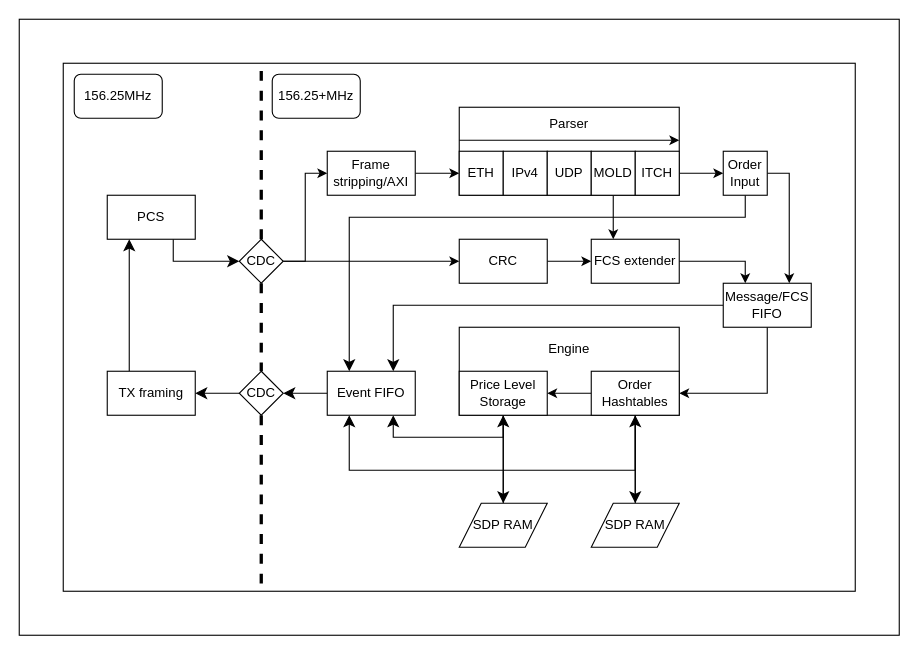
YummyDog/FPGA_Orderbook keeps this draw.io diagram as orderbookdiagram.drawio. Above is the earlier version. Source tidied: cells renumbered, new cells numbered last; positions are measured from the earlier drawing's top-left corner, leaving out a move shared by most shapes. Both pictures are drawn from the tidied source at 110%, with x=0, y=0 at pixel (19, 19).
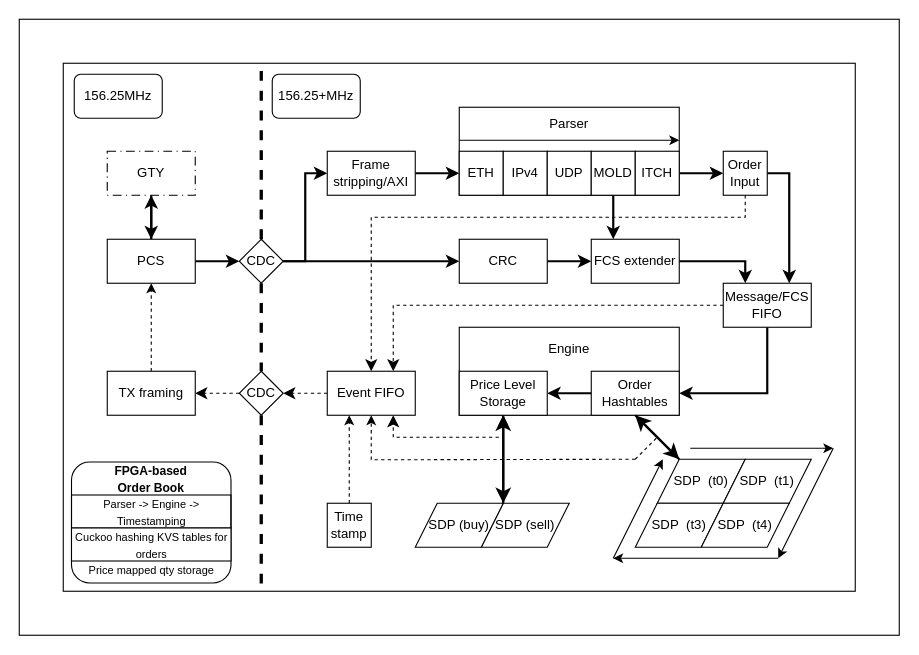
Above is the later version.

Unchanged cells that the change refers to:
```xml
<mxCell id="7" value="CRC" style="rounded=0;whiteSpace=wrap;html=1;" parent="1" vertex="1">
  <mxGeometry x="400" y="200" width="80" height="40" as="geometry" />
</mxCell>
<mxCell id="9" value="Frame stripping/AXI" style="rounded=0;whiteSpace=wrap;html=1;" parent="1" vertex="1">
  <mxGeometry x="280" y="120" width="80" height="40" as="geometry" />
</mxCell>
<mxCell id="10" value="ETH" style="whiteSpace=wrap;html=1;" parent="1" vertex="1">
  <mxGeometry x="400" y="120" width="40" height="40" as="geometry" />
</mxCell>
<mxCell id="14" value="MOLD" style="whiteSpace=wrap;html=1;" parent="1" vertex="1">
  <mxGeometry x="520" y="120" width="40" height="40" as="geometry" />
</mxCell>
<mxCell id="16" value="ITCH" style="whiteSpace=wrap;html=1;" parent="1" vertex="1">
  <mxGeometry x="560" y="120" width="40" height="40" as="geometry" />
</mxCell>
<mxCell id="19" value="Message/FCS FIFO" style="rounded=0;whiteSpace=wrap;html=1;" parent="1" vertex="1">
  <mxGeometry x="640" y="240" width="80" height="40" as="geometry" />
</mxCell>
<mxCell id="22" value="Order&lt;div&gt;Input&lt;/div&gt;" style="whiteSpace=wrap;html=1;" parent="1" vertex="1">
  <mxGeometry x="640" y="120" width="40" height="40" as="geometry" />
</mxCell>
<mxCell id="27" value="CDC" style="rhombus;whiteSpace=wrap;html=1;shapeInside=1;" parent="1" vertex="1">
  <mxGeometry x="200" y="200" width="40" height="40" as="geometry" />
</mxCell>
<mxCell id="29" value="FCS extender" style="rounded=0;whiteSpace=wrap;html=1;" parent="1" vertex="1">
  <mxGeometry x="520" y="200" width="80" height="40" as="geometry" />
</mxCell>
<mxCell id="32" value="Order Hashtables" style="rounded=0;whiteSpace=wrap;html=1;" parent="1" vertex="1">
  <mxGeometry x="520" y="320" width="80" height="40" as="geometry" />
</mxCell>
<mxCell id="35" value="Price Level Storage" style="rounded=0;whiteSpace=wrap;html=1;" parent="1" vertex="1">
  <mxGeometry x="400" y="320" width="80" height="40" as="geometry" />
</mxCell>
<mxCell id="40" value="TX framing" style="rounded=0;whiteSpace=wrap;html=1;" parent="1" vertex="1">
  <mxGeometry x="80" y="320" width="80" height="40" as="geometry" />
</mxCell>
<mxCell id="43" value="CDC" style="rhombus;whiteSpace=wrap;html=1;shapeInside=1;" parent="1" vertex="1">
  <mxGeometry x="200" y="320" width="40" height="40" as="geometry" />
</mxCell>
<mxCell id="51" value="Event FIFO" style="rounded=0;whiteSpace=wrap;html=1;" parent="1" vertex="1">
  <mxGeometry x="280" y="320" width="80" height="40" as="geometry" />
</mxCell>
```

Diff of the diagram source:
```diff
@@
-    <mxCell id="6" style="edgeStyle=orthogonalEdgeStyle;rounded=0;jettySize=auto;html=1;exitX=1;exitY=0.5;exitDx=0;exitDy=0;entryX=0;entryY=0.5;entryDx=0;entryDy=0;" parent="1" edge="1" source="7" target="29">
+    <mxCell id="6" style="edgeStyle=orthogonalEdgeStyle;rounded=0;jettySize=auto;html=1;exitX=1;exitY=0.5;exitDx=0;exitDy=0;entryX=0;entryY=0.5;entryDx=0;entryDy=0;strokeWidth=2;" parent="1" edge="1" source="7" target="29">
       <mxGeometry relative="1" as="geometry" />
     </mxCell>
@@
-    <mxCell id="8" style="edgeStyle=orthogonalEdgeStyle;rounded=0;jettySize=auto;html=1;exitX=1;exitY=0.5;exitDx=0;exitDy=0;entryX=0;entryY=0.5;entryDx=0;entryDy=0;" parent="1" edge="1" source="9" target="10">
+    <mxCell id="8" style="edgeStyle=orthogonalEdgeStyle;rounded=0;jettySize=auto;html=1;exitX=1;exitY=0.5;exitDx=0;exitDy=0;entryX=0;entryY=0.5;entryDx=0;entryDy=0;strokeWidth=2;" parent="1" edge="1" source="9" target="10">
       <mxGeometry relative="1" as="geometry" />
     </mxCell>
@@
-    <mxCell id="13" style="edgeStyle=orthogonalEdgeStyle;rounded=0;jettySize=auto;html=1;exitX=0.5;exitY=1;exitDx=0;exitDy=0;entryX=0.25;entryY=0;entryDx=0;entryDy=0;" parent="1" edge="1" source="14" target="29">
+    <mxCell id="13" style="edgeStyle=orthogonalEdgeStyle;rounded=0;jettySize=auto;html=1;exitX=0.5;exitY=1;exitDx=0;exitDy=0;entryX=0.25;entryY=0;entryDx=0;entryDy=0;strokeWidth=2;" parent="1" edge="1" source="14" target="29">
       <mxGeometry relative="1" as="geometry" />
     </mxCell>
@@
-    <mxCell id="15" style="edgeStyle=orthogonalEdgeStyle;rounded=0;jettySize=auto;html=1;exitX=1;exitY=0.5;exitDx=0;exitDy=0;entryX=0;entryY=0.5;entryDx=0;entryDy=0;" parent="1" edge="1" source="16" target="22">
+    <mxCell id="15" style="edgeStyle=orthogonalEdgeStyle;rounded=0;jettySize=auto;html=1;exitX=1;exitY=0.5;exitDx=0;exitDy=0;entryX=0;entryY=0.5;entryDx=0;entryDy=0;strokeWidth=2;" parent="1" edge="1" source="16" target="22">
       <mxGeometry relative="1" as="geometry" />
     </mxCell>
@@
-    <mxCell id="17" style="edgeStyle=orthogonalEdgeStyle;rounded=0;jettySize=auto;html=1;exitX=0.5;exitY=1;exitDx=0;exitDy=0;entryX=1;entryY=0.5;entryDx=0;entryDy=0;" parent="1" edge="1" source="19" target="32">
+    <mxCell id="17" style="edgeStyle=orthogonalEdgeStyle;rounded=0;jettySize=auto;html=1;exitX=0.5;exitY=1;exitDx=0;exitDy=0;entryX=1;entryY=0.5;entryDx=0;entryDy=0;strokeWidth=2;" parent="1" edge="1" source="19" target="32">
       <mxGeometry relative="1" as="geometry" />
     </mxCell>
-    <mxCell id="18" style="edgeStyle=orthogonalEdgeStyle;rounded=0;jettySize=auto;html=1;exitX=0;exitY=0.5;exitDx=0;exitDy=0;entryX=0.75;entryY=0;entryDx=0;entryDy=0;fontSize=12;startSize=8;endSize=8;" parent="1" edge="1" source="19" target="51">
+    <mxCell id="18" style="edgeStyle=orthogonalEdgeStyle;rounded=0;jettySize=auto;html=1;exitX=0;exitY=0.5;exitDx=0;exitDy=0;entryX=0.75;entryY=0;entryDx=0;entryDy=0;fontSize=12;startSize=8;endSize=8;dashed=1;" parent="1" edge="1" source="19" target="51">
       <mxGeometry relative="1" as="geometry" />
     </mxCell>
@@
-    <mxCell id="20" style="edgeStyle=orthogonalEdgeStyle;rounded=0;jettySize=auto;html=1;exitX=1;exitY=0.5;exitDx=0;exitDy=0;entryX=0.75;entryY=0;entryDx=0;entryDy=0;" parent="1" edge="1" source="22" target="19">
+    <mxCell id="20" style="edgeStyle=orthogonalEdgeStyle;rounded=0;jettySize=auto;html=1;exitX=1;exitY=0.5;exitDx=0;exitDy=0;entryX=0.75;entryY=0;entryDx=0;entryDy=0;strokeWidth=2;" parent="1" edge="1" source="22" target="19">
       <mxGeometry relative="1" as="geometry" />
     </mxCell>
-    <mxCell id="21" style="edgeStyle=orthogonalEdgeStyle;rounded=0;jettySize=auto;html=1;exitX=0.5;exitY=1;exitDx=0;exitDy=0;entryX=0.25;entryY=0;entryDx=0;entryDy=0;fontSize=12;startSize=8;endSize=8;" parent="1" edge="1" source="22" target="51">
+    <mxCell id="21" style="edgeStyle=orthogonalEdgeStyle;rounded=0;jettySize=auto;html=1;exitX=0.5;exitY=1;exitDx=0;exitDy=0;entryX=0.5;entryY=0;entryDx=0;entryDy=0;fontSize=12;startSize=8;endSize=8;dashed=1;" parent="1" edge="1" source="22" target="51">
       <mxGeometry relative="1" as="geometry">
         <Array as="points">
           <mxPoint x="660" y="180" />
-          <mxPoint x="300" y="180" />
+          <mxPoint x="320" y="180" />
         </Array>
       </mxGeometry>
     </mxCell>
@@
-    <mxCell id="23" style="edgeStyle=orthogonalEdgeStyle;rounded=0;jettySize=auto;html=1;exitX=1;exitY=0.5;exitDx=0;exitDy=0;entryX=0;entryY=0.5;entryDx=0;entryDy=0;" parent="1" edge="1" source="27" target="9">
+    <mxCell id="23" style="edgeStyle=orthogonalEdgeStyle;rounded=0;jettySize=auto;html=1;exitX=1;exitY=0.5;exitDx=0;exitDy=0;entryX=0;entryY=0.5;entryDx=0;entryDy=0;strokeWidth=2;" parent="1" edge="1" source="27" target="9">
       <mxGeometry relative="1" as="geometry" />
     </mxCell>
@@
-    <mxCell id="26" style="edgeStyle=orthogonalEdgeStyle;rounded=0;jettySize=auto;html=1;exitX=1;exitY=0.5;exitDx=0;exitDy=0;entryX=0;entryY=0.5;entryDx=0;entryDy=0;" parent="1" edge="1" source="27" target="7">
+    <mxCell id="26" style="edgeStyle=orthogonalEdgeStyle;rounded=0;jettySize=auto;html=1;exitX=1;exitY=0.5;exitDx=0;exitDy=0;entryX=0;entryY=0.5;entryDx=0;entryDy=0;strokeWidth=2;" parent="1" edge="1" source="27" target="7">
       <mxGeometry relative="1" as="geometry" />
     </mxCell>
@@
-    <mxCell id="28" style="edgeStyle=orthogonalEdgeStyle;rounded=0;jettySize=auto;html=1;exitX=1;exitY=0.5;exitDx=0;exitDy=0;entryX=0.25;entryY=0;entryDx=0;entryDy=0;" parent="1" edge="1" source="29" target="19">
+    <mxCell id="28" style="edgeStyle=orthogonalEdgeStyle;rounded=0;jettySize=auto;html=1;exitX=1;exitY=0.5;exitDx=0;exitDy=0;entryX=0.25;entryY=0;entryDx=0;entryDy=0;strokeWidth=2;" parent="1" edge="1" source="29" target="19">
       <mxGeometry relative="1" as="geometry" />
     </mxCell>
@@
-    <mxCell id="30" style="edgeStyle=orthogonalEdgeStyle;rounded=0;jettySize=auto;html=1;exitX=0;exitY=0.5;exitDx=0;exitDy=0;entryX=1;entryY=0.5;entryDx=0;entryDy=0;" parent="1" edge="1" source="32" target="35">
+    <mxCell id="30" style="edgeStyle=orthogonalEdgeStyle;rounded=0;jettySize=auto;html=1;exitX=0;exitY=0.5;exitDx=0;exitDy=0;entryX=1;entryY=0.5;entryDx=0;entryDy=0;strokeWidth=2;" parent="1" edge="1" source="32" target="35">
       <mxGeometry relative="1" as="geometry" />
     </mxCell>
-    <mxCell id="31" style="edgeStyle=orthogonalEdgeStyle;rounded=0;jettySize=auto;html=1;exitX=0.5;exitY=1;exitDx=0;exitDy=0;entryX=0.25;entryY=1;entryDx=0;entryDy=0;fontSize=12;startSize=8;endSize=8;" parent="1" edge="1" source="32" target="51">
-      <mxGeometry relative="1" as="geometry">
-        <Array as="points">
-          <mxPoint x="560" y="410" />
-          <mxPoint x="300" y="410" />
-        </Array>
-      </mxGeometry>
-    </mxCell>
@@
-    <mxCell id="33" style="edgeStyle=none;curved=1;rounded=0;jettySize=auto;html=1;exitX=0.5;exitY=1;exitDx=0;exitDy=0;entryX=0.5;entryY=0;entryDx=0;entryDy=0;fontSize=12;startSize=8;endSize=8;" parent="1" edge="1" source="35" target="49">
+    <mxCell id="33" style="edgeStyle=none;curved=1;rounded=0;jettySize=auto;html=1;exitX=0.5;exitY=1;exitDx=0;exitDy=0;entryX=0.25;entryY=0;entryDx=0;entryDy=0;fontSize=12;startSize=8;endSize=8;strokeWidth=2;" parent="1" edge="1" source="35" target="49">
       <mxGeometry relative="1" as="geometry" />
     </mxCell>
-    <mxCell id="34" style="edgeStyle=orthogonalEdgeStyle;rounded=0;jettySize=auto;html=1;exitX=0.5;exitY=1;exitDx=0;exitDy=0;entryX=0.75;entryY=1;entryDx=0;entryDy=0;fontSize=12;startSize=8;endSize=8;" parent="1" edge="1" source="35" target="51">
+    <mxCell id="34" style="edgeStyle=orthogonalEdgeStyle;rounded=0;jettySize=auto;html=1;exitX=0.5;exitY=1;exitDx=0;exitDy=0;entryX=0.75;entryY=1;entryDx=0;entryDy=0;fontSize=12;startSize=8;endSize=8;dashed=1;" parent="1" edge="1" source="35" target="51">
       <mxGeometry relative="1" as="geometry" />
     </mxCell>
@@
-    <mxCell id="36" style="edgeStyle=orthogonalEdgeStyle;rounded=0;jettySize=auto;html=1;exitX=1;exitY=0.25;exitDx=0;exitDy=0;entryX=0;entryY=0.5;entryDx=0;entryDy=0;fontSize=12;startSize=8;endSize=8;" parent="1" edge="1" source="37" target="27">
-      <mxGeometry relative="1" as="geometry">
-        <Array as="points">
-          <mxPoint x="140" y="220" />
-        </Array>
-      </mxGeometry>
+    <mxCell id="36" style="edgeStyle=orthogonalEdgeStyle;rounded=0;jettySize=auto;html=1;exitX=0.5;exitY=0;exitDx=0;exitDy=0;entryX=0;entryY=0.5;entryDx=0;entryDy=0;strokeWidth=2;" parent="1" edge="1" source="37" target="27">
+      <mxGeometry relative="1" as="geometry" />
     </mxCell>
+    <mxCell id="55" style="edgeStyle=orthogonalEdgeStyle;rounded=0;jettySize=auto;html=1;exitX=0;exitY=0.5;exitDx=0;exitDy=0;entryX=0.5;entryY=1;entryDx=0;entryDy=0;strokeWidth=2;" parent="1" edge="1" source="37" target="68">
+      <mxGeometry relative="1" as="geometry" />
+    </mxCell>
     <mxCell id="37" value="PCS" style="rounded=0;whiteSpace=wrap;html=1;direction=south;" parent="1" vertex="1">
-      <mxGeometry x="80" y="160" width="80" height="40" as="geometry" />
+      <mxGeometry x="80" y="200" width="80" height="40" as="geometry" />
     </mxCell>
@@
-    <mxCell id="39" style="edgeStyle=none;curved=1;rounded=0;jettySize=auto;html=1;exitX=0.25;exitY=0;exitDx=0;exitDy=0;entryX=1;entryY=0.75;entryDx=0;entryDy=0;fontSize=12;startSize=8;endSize=8;" parent="1" edge="1" source="40" target="37">
+    <mxCell id="39" style="edgeStyle=orthogonalEdgeStyle;rounded=0;jettySize=auto;html=1;exitX=0.5;exitY=0;exitDx=0;exitDy=0;entryX=1;entryY=0.5;entryDx=0;entryDy=0;dashed=1;" parent="1" edge="1" source="40" target="37">
       <mxGeometry relative="1" as="geometry" />
     </mxCell>
@@
-    <mxCell id="42" style="edgeStyle=none;curved=1;rounded=0;jettySize=auto;html=1;exitX=0;exitY=0.5;exitDx=0;exitDy=0;entryX=1;entryY=0.5;entryDx=0;entryDy=0;fontSize=12;startSize=8;endSize=8;" parent="1" edge="1" source="43" target="40">
+    <mxCell id="42" style="edgeStyle=none;curved=1;rounded=0;jettySize=auto;html=1;exitX=0;exitY=0.5;exitDx=0;exitDy=0;entryX=1;entryY=0.5;entryDx=0;entryDy=0;fontSize=12;startSize=8;endSize=8;dashed=1;" parent="1" edge="1" source="43" target="40">
       <mxGeometry relative="1" as="geometry" />
     </mxCell>
@@
-    <mxCell id="48" style="edgeStyle=none;curved=1;rounded=0;jettySize=auto;html=1;exitX=0.5;exitY=0;exitDx=0;exitDy=0;entryX=0.5;entryY=1;entryDx=0;entryDy=0;fontSize=12;startSize=8;endSize=8;" parent="1" edge="1" source="49" target="35">
+    <mxCell id="48" style="edgeStyle=none;curved=1;rounded=0;jettySize=auto;html=1;exitX=0.25;exitY=0;exitDx=0;exitDy=0;entryX=0.5;entryY=1;entryDx=0;entryDy=0;fontSize=12;startSize=8;endSize=8;strokeWidth=2;" parent="1" edge="1" source="49" target="35">
       <mxGeometry relative="1" as="geometry" />
     </mxCell>
+    <mxCell id="56" style="edgeStyle=orthogonalEdgeStyle;rounded=0;jettySize=auto;html=1;exitX=0.25;exitY=0;exitDx=0;exitDy=0;" parent="1" edge="1" source="49" target="35">
+      <mxGeometry relative="1" as="geometry" />
+    </mxCell>
-    <mxCell id="49" value="SDP RAM" style="shape=parallelogram;perimeter=parallelogramPerimeter;whiteSpace=wrap;html=1;shapeInside=1;fixedSize=1;" parent="1" vertex="1">
-      <mxGeometry x="400" y="440" width="80" height="40" as="geometry" />
+    <mxCell id="49" value="SDP (sell)" style="shape=parallelogram;perimeter=parallelogramPerimeter;whiteSpace=wrap;html=1;shapeInside=1;fixedSize=1;" parent="1" vertex="1">
+      <mxGeometry x="420" y="440" width="80" height="40" as="geometry" />
     </mxCell>
-    <mxCell id="50" style="edgeStyle=none;curved=1;rounded=0;jettySize=auto;html=1;exitX=0;exitY=0.5;exitDx=0;exitDy=0;entryX=1;entryY=0.5;entryDx=0;entryDy=0;fontSize=12;startSize=8;endSize=8;" parent="1" edge="1" source="51" target="43">
+    <mxCell id="50" style="edgeStyle=none;curved=1;rounded=0;jettySize=auto;html=1;exitX=0;exitY=0.5;exitDx=0;exitDy=0;entryX=1;entryY=0.5;entryDx=0;entryDy=0;fontSize=12;startSize=8;endSize=8;dashed=1;" parent="1" edge="1" source="51" target="43">
       <mxGeometry relative="1" as="geometry" />
     </mxCell>
+    <mxCell id="57" style="edgeStyle=orthogonalEdgeStyle;rounded=0;jettySize=auto;html=1;exitX=0.5;exitY=1;exitDx=0;exitDy=0;entryX=0.5;entryY=1;entryDx=0;entryDy=0;dashed=1;" parent="1" edge="1" target="51">
+      <mxGeometry relative="1" as="geometry">
+        <mxPoint x="560" y="400" as="sourcePoint" />
+      </mxGeometry>
+    </mxCell>
@@
-    <mxCell id="52" style="edgeStyle=none;curved=1;rounded=0;jettySize=auto;html=1;exitX=0.5;exitY=1;exitDx=0;exitDy=0;entryX=0.5;entryY=0;entryDx=0;entryDy=0;fontSize=12;startSize=8;endSize=8;" parent="1" edge="1" target="54">
+    <mxCell id="52" style="edgeStyle=none;curved=1;rounded=0;jettySize=auto;html=1;exitX=0.5;exitY=1;exitDx=0;exitDy=0;entryX=0.25;entryY=0;entryDx=0;entryDy=0;fontSize=12;startSize=8;endSize=8;strokeWidth=2;" parent="1" edge="1" target="54">
       <mxGeometry relative="1" as="geometry">
         <mxPoint x="560" y="360" as="sourcePoint" />
       </mxGeometry>
     </mxCell>
-    <mxCell id="53" style="edgeStyle=none;curved=1;rounded=0;jettySize=auto;html=1;exitX=0.5;exitY=0;exitDx=0;exitDy=0;entryX=0.5;entryY=1;entryDx=0;entryDy=0;fontSize=12;startSize=8;endSize=8;" parent="1" edge="1" source="54">
+    <mxCell id="53" style="edgeStyle=none;curved=1;rounded=0;jettySize=auto;html=1;exitX=0.25;exitY=0;exitDx=0;exitDy=0;entryX=0.5;entryY=1;entryDx=0;entryDy=0;fontSize=12;startSize=8;endSize=8;strokeWidth=2;" parent="1" edge="1" source="54">
       <mxGeometry relative="1" as="geometry">
         <mxPoint x="560" y="360" as="targetPoint" />
       </mxGeometry>
     </mxCell>
-    <mxCell id="54" value="SDP RAM" style="shape=parallelogram;perimeter=parallelogramPerimeter;whiteSpace=wrap;html=1;shapeInside=1;fixedSize=1;" parent="1" vertex="1">
-      <mxGeometry x="520" y="440" width="80" height="40" as="geometry" />
+    <mxCell id="54" value="SDP&amp;nbsp; (t0)" style="shape=parallelogram;perimeter=parallelogramPerimeter;whiteSpace=wrap;html=1;shapeInside=1;fixedSize=1;" parent="1" vertex="1">
+      <mxGeometry x="580" y="400" width="80" height="40" as="geometry" />
     </mxCell>
+    <mxCell id="58" style="edgeStyle=orthogonalEdgeStyle;rounded=0;jettySize=auto;html=1;exitX=0.5;exitY=0;exitDx=0;exitDy=0;entryX=0.25;entryY=1;entryDx=0;entryDy=0;dashed=1;" parent="1" edge="1" source="59" target="51">
+      <mxGeometry relative="1" as="geometry" />
+    </mxCell>
+    <mxCell id="59" value="Time&lt;div&gt;stamp&lt;/div&gt;" style="whiteSpace=wrap;html=1;" parent="1" vertex="1">
+      <mxGeometry x="280" y="440" width="40" height="40" as="geometry" />
+    </mxCell>
+    <mxCell id="60" style="rounded=1;whiteSpace=wrap;html=1;" parent="1" vertex="1">
+      <mxGeometry x="47.5" y="402.5" width="145" height="110" as="geometry" />
+    </mxCell>
+    <mxCell id="61" value="&lt;b&gt;&lt;font style=&quot;font-size: 11px;&quot;&gt;FPGA-based Order Book&lt;/font&gt;&lt;/b&gt;" style="text;html=1;whiteSpace=wrap;strokeColor=none;fillColor=none;align=center;verticalAlign=middle;rounded=0;" parent="1" vertex="1">
+      <mxGeometry x="75" y="402.5" width="90" height="30" as="geometry" />
+    </mxCell>
+    <mxCell id="62" value="&lt;font style=&quot;font-size: 10px;&quot;&gt;Parser -&amp;gt; Engine -&amp;gt; Timestamping&lt;/font&gt;" style="text;html=1;whiteSpace=wrap;strokeColor=none;fillColor=none;align=center;verticalAlign=middle;rounded=0;" parent="1" vertex="1">
+      <mxGeometry x="47.5" y="432.5" width="145" height="30" as="geometry" />
+    </mxCell>
+    <mxCell id="63" style="rounded=0;whiteSpace=wrap;html=1;fillColor=none;" parent="1" vertex="1">
+      <mxGeometry x="47.5" y="432.5" width="145" height="30" as="geometry" />
+    </mxCell>
+    <mxCell id="64" style="rounded=0;whiteSpace=wrap;html=1;" parent="1" vertex="1">
+      <mxGeometry x="47.5" y="462.5" width="145" height="30" as="geometry" />
+    </mxCell>
+    <mxCell id="65" value="&lt;font style=&quot;font-size: 10px;&quot;&gt;Cuckoo hashing KVS tables for orders&lt;/font&gt;" style="text;html=1;whiteSpace=wrap;strokeColor=none;fillColor=none;align=center;verticalAlign=middle;rounded=0;" parent="1" vertex="1">
+      <mxGeometry x="47.5" y="462.5" width="145" height="30" as="geometry" />
+    </mxCell>
+    <mxCell id="66" value="&lt;font style=&quot;font-size: 10px;&quot;&gt;Price mapped qty storage&lt;/font&gt;" style="text;html=1;whiteSpace=wrap;strokeColor=none;fillColor=none;align=center;verticalAlign=middle;rounded=0;rotation=0;" parent="1" vertex="1">
+      <mxGeometry x="47.5" y="486" width="145" height="30" as="geometry" />
+    </mxCell>
+    <mxCell id="67" style="edgeStyle=orthogonalEdgeStyle;rounded=0;jettySize=auto;html=1;exitX=0.5;exitY=1;exitDx=0;exitDy=0;entryX=0;entryY=0.5;entryDx=0;entryDy=0;strokeWidth=2;" parent="1" edge="1" source="68" target="37">
+      <mxGeometry relative="1" as="geometry" />
+    </mxCell>
+    <mxCell id="68" value="GTY" style="rounded=0;whiteSpace=wrap;html=1;dashed=1;strokeWidth=1;dashPattern=8 4 1 4;" parent="1" vertex="1">
+      <mxGeometry x="80" y="120" width="80" height="40" as="geometry" />
+    </mxCell>
+    <mxCell id="69" value="SDP (buy)" style="shape=parallelogram;perimeter=parallelogramPerimeter;whiteSpace=wrap;html=1;shapeInside=1;fixedSize=1;" parent="1" vertex="1">
+      <mxGeometry x="360" y="440" width="80" height="40" as="geometry" />
+    </mxCell>
+    <mxCell id="70" style="endArrow=none;dashed=1;html=1;rounded=0;" parent="1" edge="1">
+      <mxGeometry relative="1" as="geometry">
+        <mxPoint x="560" y="400" as="sourcePoint" />
+        <mxPoint x="580" y="380" as="targetPoint" />
+      </mxGeometry>
+    </mxCell>
+    <mxCell id="71" value="SDP&amp;nbsp; (t1)" style="shape=parallelogram;perimeter=parallelogramPerimeter;whiteSpace=wrap;html=1;shapeInside=1;fixedSize=1;" parent="1" vertex="1">
+      <mxGeometry x="640" y="400" width="80" height="40" as="geometry" />
+    </mxCell>
+    <mxCell id="72" value="SDP&amp;nbsp; (t3)" style="shape=parallelogram;perimeter=parallelogramPerimeter;whiteSpace=wrap;html=1;shapeInside=1;fixedSize=1;" parent="1" vertex="1">
+      <mxGeometry x="560" y="440" width="80" height="40" as="geometry" />
+    </mxCell>
+    <mxCell id="73" value="SDP&amp;nbsp; (t4)" style="shape=parallelogram;perimeter=parallelogramPerimeter;whiteSpace=wrap;html=1;shapeInside=1;fixedSize=1;" parent="1" vertex="1">
+      <mxGeometry x="620" y="440" width="80" height="40" as="geometry" />
+    </mxCell>
+    <mxCell id="74" style="endArrow=none;html=1;rounded=0;" parent="1" edge="1">
+      <mxGeometry relative="1" as="geometry">
+        <mxPoint x="610" y="390" as="sourcePoint" />
+        <mxPoint x="730" y="390" as="targetPoint" />
+      </mxGeometry>
+    </mxCell>
+    <mxCell id="75" style="endArrow=classic;html=1;rounded=0;flowAnimation=0;" parent="1" edge="1">
+      <mxGeometry relative="1" as="geometry">
+        <mxPoint x="540" y="490" as="sourcePoint" />
+        <mxPoint x="585" y="400" as="targetPoint" />
+      </mxGeometry>
+    </mxCell>
+    <mxCell id="76" style="endArrow=none;html=1;rounded=0;" parent="1" edge="1">
+      <mxGeometry relative="1" as="geometry">
+        <mxPoint x="710" y="450" as="sourcePoint" />
+        <mxPoint x="740" y="390" as="targetPoint" />
+      </mxGeometry>
+    </mxCell>
+    <mxCell id="77" style="endArrow=classic;html=1;rounded=0;" parent="1" edge="1">
+      <mxGeometry relative="1" as="geometry">
+        <mxPoint x="690" y="490" as="sourcePoint" />
+        <mxPoint x="540" y="490" as="targetPoint" />
+      </mxGeometry>
+    </mxCell>
+    <mxCell id="78" style="endArrow=classic;html=1;rounded=0;" parent="1" edge="1">
+      <mxGeometry relative="1" as="geometry">
+        <mxPoint x="710" y="450" as="sourcePoint" />
+        <mxPoint x="690" y="490" as="targetPoint" />
+      </mxGeometry>
+    </mxCell>
+    <mxCell id="79" style="endArrow=classic;html=1;rounded=0;" parent="1" edge="1">
+      <mxGeometry relative="1" as="geometry">
+        <mxPoint x="730" y="390" as="sourcePoint" />
+        <mxPoint x="740" y="390" as="targetPoint" />
+      </mxGeometry>
+    </mxCell>
```
